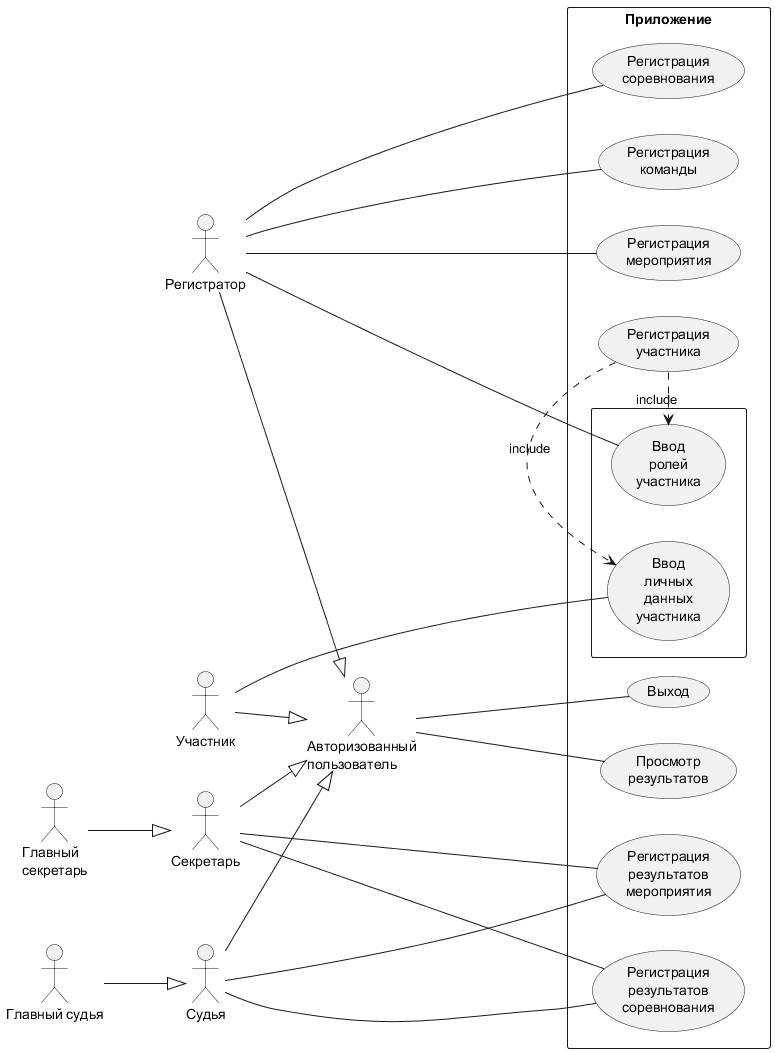
Above: Docs/inner.png in NadinMalish/SportCompetition (PlantUML), before the change.
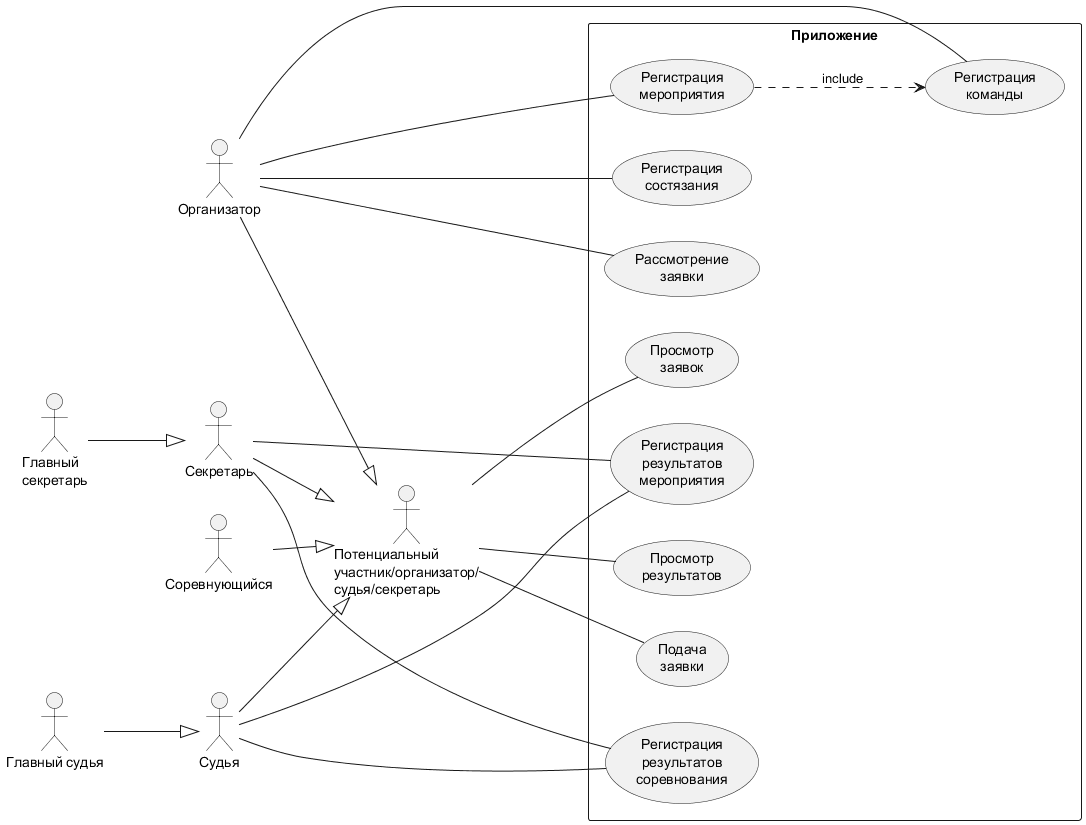
After the change.

What changed in the source:
```diff
@@ -1,10 +1,10 @@
 @startuml
 left to right direction
 
-actor authUser as "Авторизованный\nпользователь"
+actor potent as "Потенциальный\nучастник/организатор/\nсудья/секретарь"
 
-actor registrar as "Регистратор"
-actor participant as "Участник"
+actor organizer as "Организатор"
+actor participant as "Соревнующийся"
 actor secretary as "Секретарь"
 actor mainSecretary as "Главный\nсекретарь"
 actor judge as "Судья"
@@ -12,40 +12,39 @@
 
 rectangle Приложение {
     usecase regEvent as "Регистрация\nмероприятия"
-    usecase regCompetition as "Регистрация\nсоревнования"
+    usecase regCompetition as "Регистрация\nсостязания"
     usecase regTeam as "Регистрация\nкоманды"
-    usecase regParticipant as "Регистрация\nучастника"
-    rectangle {
-        usecase regParticipantInfo as "Ввод\nличных\nданных\nучастника"
-        usecase regParticipantRole as "Ввод\nролей\nучастника"
-    }
+
+    usecase sendRequest as "Подача\nзаявки"
+    usecase considerRequest as "Рассмотрение\nзаявки"
 
     usecase regCompetitionResult as "Регистрация\nрезультатов\nсоревнования"
 
     usecase regEventResult as "Регистрация\nрезультатов\nмероприятия"
 
+    usecase lookRequest as "Просмотр\nзаявок"
     usecase lookResult as "Просмотр\nрезультатов"
-    usecase exit as "Выход"
 }
 
-registrar --|> authUser
-participant --|> authUser
-secretary --|> authUser
-judge --|> authUser
+organizer --|> potent
+participant --|> potent
+secretary --|> potent
+judge --|> potent
 
 mainSecretary --|> secretary
-
 mainJudge --|> judge
 
+potent --- sendRequest
+potent --- lookRequest
+potent --- lookResult
 
-registrar --- regEvent
-registrar --- regCompetition
-registrar --- regTeam
-registrar --- regParticipantRole
-participant --- regParticipantInfo
+organizer --- regEvent
+organizer --- regCompetition
+organizer --- regTeam
+organizer --- considerRequest
 
-regParticipant .> regParticipantInfo : include
-regParticipant .> regParticipantRole : include
+
+regEvent ...> regTeam : include
 
 secretary --- regCompetitionResult
 judge --- regCompetitionResult
@@ -53,7 +52,5 @@
 secretary --- regEventResult
 judge --- regEventResult
 
-authUser --- lookResult
-authUser --- exit
 
 @enduml
```
